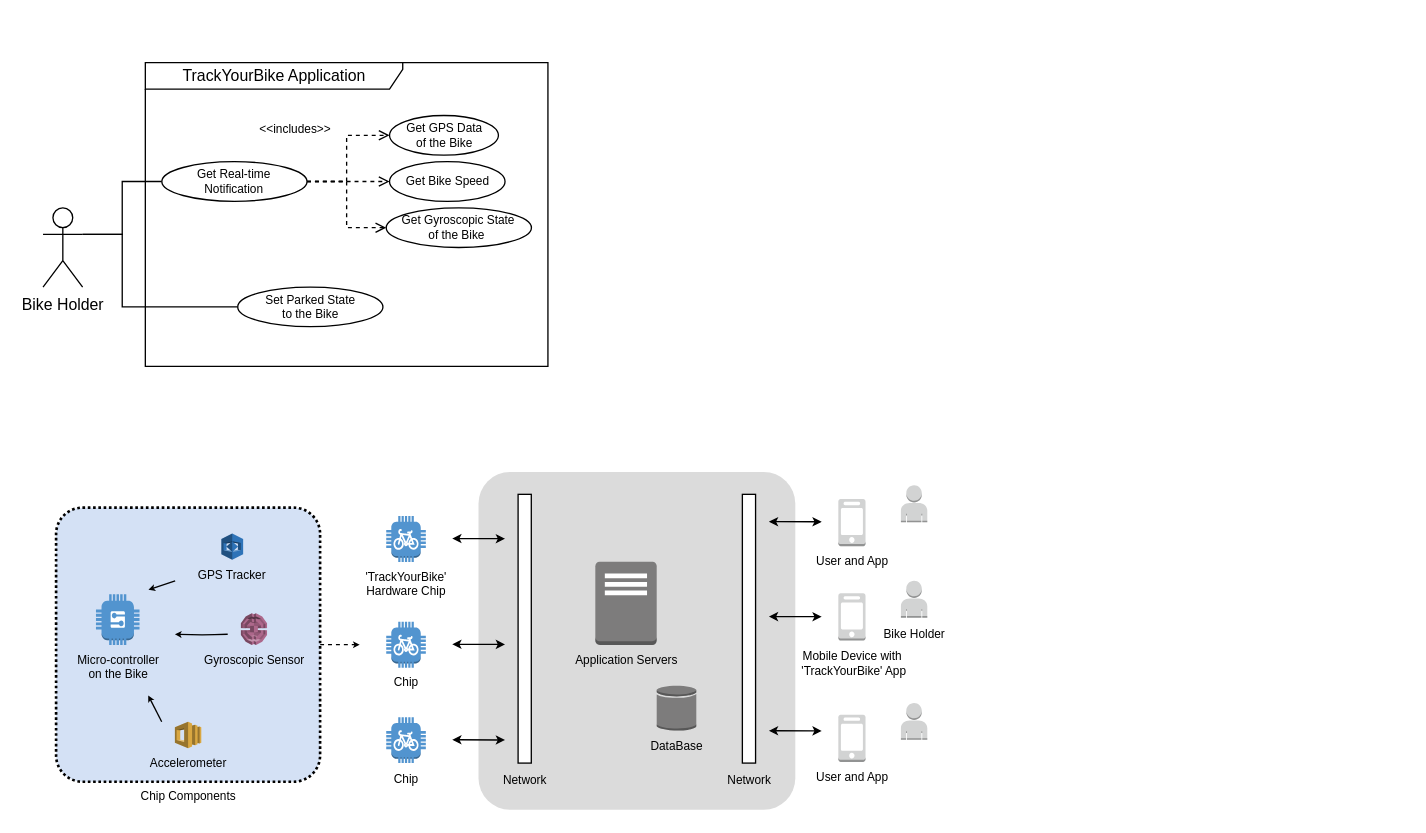
This is page "Page-1" (1 of 2) of doc/diagram/diagram.drawio from youyinnn/coen_6311_assignment1, a draw.io file, before an edit. Source tidied: cells renumbered, new cells numbered last; positions are measured from the earlier drawing's top-left corner, leaving out a move shared by most shapes. Both pictures are drawn from the tidied source at 132%, with x=0, y=0 at pixel (42, 62).
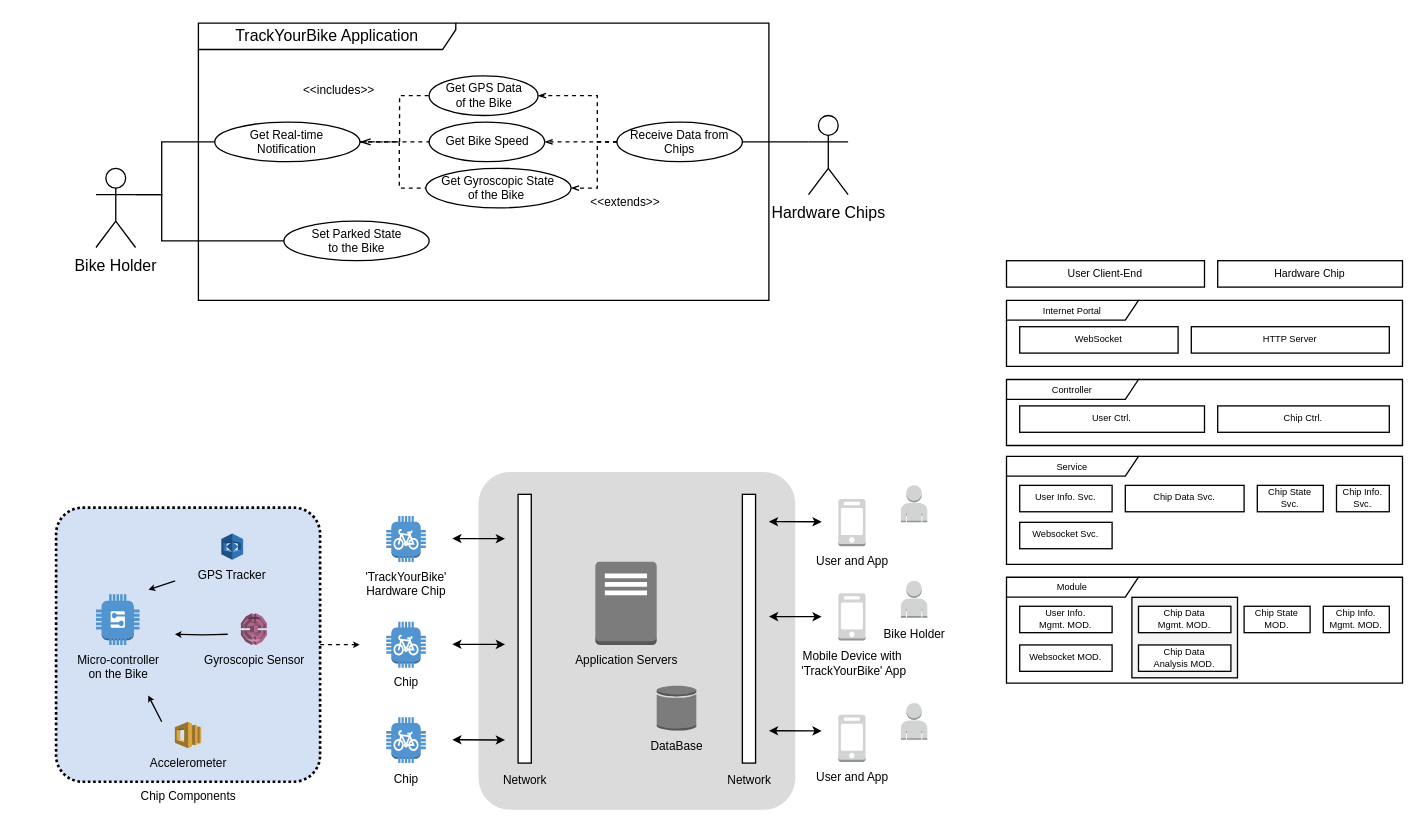
After the change.

Commit message (it also covers changes not shown here):
doc: chip data sample; srs; user stories;

Change to the diagram source:
```diff
@@
+    <mxCell id="47" value="&lt;span style=&quot;font-size: 7px&quot;&gt;Module&lt;/span&gt;" style="shape=umlFrame;whiteSpace=wrap;html=1;fontSize=8;width=100;height=15;" parent="1" vertex="1">
+      <mxGeometry x="730" y="389.8" width="300" height="80.2" as="geometry" />
+    </mxCell>
+    <mxCell id="48" style="whiteSpace=wrap;html=1;fontSize=7;fillColor=#f5f5f5;strokeColor=default;fontColor=#333333;" parent="1" vertex="1">
+      <mxGeometry x="825" y="405" width="80" height="61" as="geometry" />
+    </mxCell>
@@
     <mxCell id="5" value="TrackYourBike Application" style="shape=umlFrame;whiteSpace=wrap;html=1;width=195;height=20;" parent="1" vertex="1">
-      <mxGeometry x="77.6" width="305" height="230" as="geometry" />
+      <mxGeometry x="117.8" y="-30" width="432.2" height="210" as="geometry" />
     </mxCell>
     <mxCell id="6" style="edgeStyle=orthogonalEdgeStyle;rounded=0;jettySize=auto;html=1;exitX=1;exitY=0.3333333333333333;exitDx=0;exitDy=0;exitPerimeter=0;entryX=0;entryY=0.5;entryDx=0;entryDy=0;fontSize=9;endArrow=none;endFill=0;" parent="1" edge="1" source="8" target="15">
-      <mxGeometry relative="1" as="geometry" />
+      <mxGeometry relative="1" as="geometry">
+        <Array as="points">
+          <mxPoint x="90" y="100" />
+          <mxPoint x="90" y="60" />
+        </Array>
+      </mxGeometry>
     </mxCell>
     <mxCell id="7" style="edgeStyle=orthogonalEdgeStyle;rounded=0;jettySize=auto;html=1;exitX=1;exitY=0.3333333333333333;exitDx=0;exitDy=0;exitPerimeter=0;entryX=0;entryY=0.5;entryDx=0;entryDy=0;fontSize=9;endArrow=none;endFill=0;endSize=4;" parent="1" edge="1" source="8" target="27">
       <mxGeometry relative="1" as="geometry">
         <Array as="points">
-          <mxPoint x="60.1" y="130" />
-          <mxPoint x="60.1" y="185" />
+          <mxPoint x="90" y="100" />
+          <mxPoint x="90" y="135" />
         </Array>
       </mxGeometry>
     </mxCell>
     <mxCell id="8" value="Bike Holder" style="shape=umlActor;verticalLabelPosition=bottom;verticalAlign=top;html=1;" parent="1" vertex="1">
-      <mxGeometry x="0.1" y="110" width="30" height="60" as="geometry" />
+      <mxGeometry x="40.2" y="80" width="30" height="60" as="geometry" />
     </mxCell>
     <mxCell id="9" value="Get GPS Data &lt;br&gt;of the Bike" style="ellipse;whiteSpace=wrap;html=1;fontSize=9;" parent="1" vertex="1">
-      <mxGeometry x="262.6" y="40" width="82.5" height="30" as="geometry" />
+      <mxGeometry x="292.6" y="10" width="82.5" height="30" as="geometry" />
     </mxCell>
     <mxCell id="10" value="Get Bike Speed" style="ellipse;whiteSpace=wrap;html=1;fontSize=9;" parent="1" vertex="1">
-      <mxGeometry x="262.6" y="75" width="87.5" height="30" as="geometry" />
+      <mxGeometry x="292.6" y="45" width="87.5" height="30" as="geometry" />
     </mxCell>
-    <mxCell id="11" style="edgeStyle=orthogonalEdgeStyle;rounded=0;jettySize=auto;html=1;exitX=1;exitY=0.5;exitDx=0;exitDy=0;entryX=0;entryY=0.5;entryDx=0;entryDy=0;fontSize=9;endArrow=open;endFill=0;dashed=1;" parent="1" edge="1" source="15" target="9">
+    <mxCell id="11" style="edgeStyle=orthogonalEdgeStyle;rounded=0;jettySize=auto;html=1;exitX=1;exitY=0.5;exitDx=0;exitDy=0;entryX=0;entryY=0.5;entryDx=0;entryDy=0;fontSize=9;endArrow=none;endFill=0;dashed=1;" parent="1" edge="1" source="15" target="9">
       <mxGeometry relative="1" as="geometry">
         <Array as="points">
-          <mxPoint x="230.1" y="90" />
-          <mxPoint x="230.1" y="55" />
+          <mxPoint x="270.2" y="60" />
+          <mxPoint x="270.2" y="25" />
         </Array>
       </mxGeometry>
     </mxCell>
-    <mxCell id="12" style="edgeStyle=orthogonalEdgeStyle;rounded=0;jettySize=auto;html=1;exitX=1;exitY=0.5;exitDx=0;exitDy=0;entryX=0;entryY=0.5;entryDx=0;entryDy=0;fontSize=9;endArrow=open;endFill=0;dashed=1;" parent="1" edge="1" source="15" target="10">
+    <mxCell id="12" style="edgeStyle=orthogonalEdgeStyle;rounded=0;jettySize=auto;html=1;exitX=1;exitY=0.5;exitDx=0;exitDy=0;entryX=0;entryY=0.5;entryDx=0;entryDy=0;fontSize=9;endArrow=none;endFill=0;dashed=1;startArrow=openThin;startFill=0;" parent="1" edge="1" source="15" target="10">
       <mxGeometry relative="1" as="geometry">
         <Array as="points">
-          <mxPoint x="220.1" y="90" />
-          <mxPoint x="220.1" y="90" />
+          <mxPoint x="260.2" y="60" />
+          <mxPoint x="260.2" y="60" />
         </Array>
       </mxGeometry>
     </mxCell>
@@
-    <mxCell id="14" style="edgeStyle=orthogonalEdgeStyle;rounded=0;jettySize=auto;html=1;exitX=1;exitY=0.5;exitDx=0;exitDy=0;entryX=0;entryY=0.5;entryDx=0;entryDy=0;fontSize=9;endArrow=open;endFill=0;dashed=1;" parent="1" edge="1" source="15" target="16">
-      <mxGeometry relative="1" as="geometry" />
+    <mxCell id="14" style="edgeStyle=orthogonalEdgeStyle;rounded=0;jettySize=auto;html=1;exitX=1;exitY=0.5;exitDx=0;exitDy=0;entryX=0;entryY=0.5;entryDx=0;entryDy=0;fontSize=9;endArrow=none;endFill=0;dashed=1;" parent="1" edge="1" source="15" target="16">
+      <mxGeometry relative="1" as="geometry">
+        <Array as="points">
+          <mxPoint x="270" y="60" />
+          <mxPoint x="270" y="95" />
+        </Array>
+      </mxGeometry>
     </mxCell>
     <mxCell id="15" value="Get Real-time&lt;br style=&quot;font-size: 9px;&quot;&gt;Notification" style="ellipse;whiteSpace=wrap;html=1;fontSize=9;" parent="1" vertex="1">
-      <mxGeometry x="90.1" y="75" width="110" height="30" as="geometry" />
+      <mxGeometry x="130.2" y="45" width="110" height="30" as="geometry" />
     </mxCell>
     <mxCell id="16" value="Get Gyroscopic State&lt;br&gt;of the Bike&amp;nbsp;" style="ellipse;whiteSpace=wrap;html=1;fontSize=9;" parent="1" vertex="1">
-      <mxGeometry x="260.1" y="110" width="110" height="30" as="geometry" />
+      <mxGeometry x="290.1" y="80" width="110" height="30" as="geometry" />
     </mxCell>
@@
     <mxCell id="27" value="Set Parked State&lt;br&gt;to the Bike" style="ellipse;whiteSpace=wrap;html=1;fontSize=9;" parent="1" vertex="1">
-      <mxGeometry x="147.6" y="170" width="110" height="30" as="geometry" />
+      <mxGeometry x="182.6" y="120" width="110" height="30" as="geometry" />
     </mxCell>
@@
+    <mxCell id="49" value="Hardware Chips" style="shape=umlActor;verticalLabelPosition=bottom;verticalAlign=top;html=1;" parent="1" vertex="1">
+      <mxGeometry x="580" y="40" width="30" height="60" as="geometry" />
+    </mxCell>
+    <mxCell id="50" style="edgeStyle=none;rounded=0;jettySize=auto;html=1;exitX=1;exitY=0.5;exitDx=0;exitDy=0;entryX=0;entryY=0.3333333333333333;entryDx=0;entryDy=0;entryPerimeter=0;fontSize=9;startArrow=none;startFill=0;endArrow=none;endFill=0;startSize=4;endSize=4;" parent="1" edge="1" source="55" target="49">
+      <mxGeometry relative="1" as="geometry" />
+    </mxCell>
+    <mxCell id="51" style="edgeStyle=orthogonalEdgeStyle;rounded=0;jettySize=auto;html=1;exitX=0;exitY=0.5;exitDx=0;exitDy=0;entryX=1;entryY=0.5;entryDx=0;entryDy=0;dashed=1;fontSize=9;startArrow=none;startFill=0;endArrow=openThin;endFill=0;startSize=4;endSize=4;" parent="1" edge="1" source="55" target="9">
+      <mxGeometry relative="1" as="geometry">
+        <Array as="points">
+          <mxPoint x="420" y="60" />
+          <mxPoint x="420" y="25" />
+        </Array>
+      </mxGeometry>
+    </mxCell>
+    <mxCell id="52" style="edgeStyle=orthogonalEdgeStyle;rounded=0;jettySize=auto;html=1;exitX=0;exitY=0.5;exitDx=0;exitDy=0;entryX=1;entryY=0.5;entryDx=0;entryDy=0;dashed=1;fontSize=9;startArrow=none;startFill=0;endArrow=openThin;endFill=0;startSize=4;endSize=4;" parent="1" edge="1" source="55" target="10">
+      <mxGeometry relative="1" as="geometry" />
+    </mxCell>
+    <mxCell id="53" style="edgeStyle=orthogonalEdgeStyle;rounded=0;jettySize=auto;html=1;exitX=0;exitY=0.5;exitDx=0;exitDy=0;entryX=1;entryY=0.5;entryDx=0;entryDy=0;dashed=1;fontSize=9;startArrow=none;startFill=0;endArrow=openThin;endFill=0;startSize=4;endSize=4;" parent="1" edge="1" source="55" target="16">
+      <mxGeometry relative="1" as="geometry">
+        <Array as="points">
+          <mxPoint x="420" y="60" />
+          <mxPoint x="420" y="95" />
+        </Array>
+      </mxGeometry>
+    </mxCell>
+    <mxCell id="54" value="&amp;lt;&amp;lt;extends&amp;gt;&amp;gt;" style="edgeLabel;html=1;align=center;verticalAlign=middle;fontSize=9;" parent="53" vertex="1">
+      <mxGeometry x="-0.78" y="-1" relative="1" as="geometry">
+        <mxPoint x="14" y="46" as="offset" />
+      </mxGeometry>
+    </mxCell>
+    <mxCell id="55" value="Receive Data from&lt;br&gt;Chips" style="ellipse;whiteSpace=wrap;html=1;fontSize=9;" parent="1" vertex="1">
+      <mxGeometry x="434.9" y="45" width="95" height="30" as="geometry" />
+    </mxCell>
+    <mxCell id="56" value="User Client-End" style="whiteSpace=wrap;html=1;fontSize=8;" parent="1" vertex="1">
+      <mxGeometry x="730" y="150" width="150" height="20" as="geometry" />
+    </mxCell>
+    <mxCell id="57" value="Hardware Chip" style="whiteSpace=wrap;html=1;fontSize=8;" parent="1" vertex="1">
+      <mxGeometry x="890" y="150" width="140" height="20" as="geometry" />
+    </mxCell>
+    <mxCell id="58" value="&lt;font style=&quot;font-size: 7px&quot;&gt;Internet Portal&lt;/font&gt;" style="shape=umlFrame;whiteSpace=wrap;html=1;fontSize=8;width=100;height=15;" parent="1" vertex="1">
+      <mxGeometry x="730" y="180" width="300" height="50" as="geometry" />
+    </mxCell>
+    <mxCell id="59" value="WebSocket" style="whiteSpace=wrap;html=1;fontSize=7;" parent="1" vertex="1">
+      <mxGeometry x="740" y="200" width="120" height="20" as="geometry" />
+    </mxCell>
+    <mxCell id="60" value="HTTP Server" style="whiteSpace=wrap;html=1;fontSize=7;" parent="1" vertex="1">
+      <mxGeometry x="870" y="200" width="150" height="20" as="geometry" />
+    </mxCell>
+    <mxCell id="61" value="&lt;span style=&quot;font-size: 7px&quot;&gt;Controller&lt;/span&gt;" style="shape=umlFrame;whiteSpace=wrap;html=1;fontSize=8;width=100;height=15;" parent="1" vertex="1">
+      <mxGeometry x="730" y="240" width="300" height="50" as="geometry" />
+    </mxCell>
+    <mxCell id="62" value="User Ctrl." style="whiteSpace=wrap;html=1;fontSize=7;" parent="1" vertex="1">
+      <mxGeometry x="740" y="260" width="140" height="20" as="geometry" />
+    </mxCell>
+    <mxCell id="63" value="Chip Ctrl." style="whiteSpace=wrap;html=1;fontSize=7;" parent="1" vertex="1">
+      <mxGeometry x="890" y="260" width="130" height="20" as="geometry" />
+    </mxCell>
+    <mxCell id="64" value="&lt;span style=&quot;font-size: 7px&quot;&gt;Service&lt;/span&gt;" style="shape=umlFrame;whiteSpace=wrap;html=1;fontSize=8;width=100;height=15;" parent="1" vertex="1">
+      <mxGeometry x="730" y="298.2" width="300" height="81.8" as="geometry" />
+    </mxCell>
+    <mxCell id="65" value="User Info. Svc." style="whiteSpace=wrap;html=1;fontSize=7;" parent="1" vertex="1">
+      <mxGeometry x="740" y="320.2" width="70" height="20" as="geometry" />
+    </mxCell>
+    <mxCell id="66" value="Websocket Svc." style="whiteSpace=wrap;html=1;fontSize=7;" parent="1" vertex="1">
+      <mxGeometry x="740" y="348.2" width="70" height="20" as="geometry" />
+    </mxCell>
+    <mxCell id="67" value="Chip State Svc." style="whiteSpace=wrap;html=1;fontSize=7;" parent="1" vertex="1">
+      <mxGeometry x="920" y="320.2" width="50" height="20" as="geometry" />
+    </mxCell>
+    <mxCell id="68" value="Chip Info. Svc." style="whiteSpace=wrap;html=1;fontSize=7;" parent="1" vertex="1">
+      <mxGeometry x="980" y="320.2" width="40" height="20" as="geometry" />
+    </mxCell>
+    <mxCell id="69" value="User Info. &lt;br&gt;Mgmt. MOD." style="whiteSpace=wrap;html=1;fontSize=7;" parent="1" vertex="1">
+      <mxGeometry x="740" y="411.8" width="70" height="20" as="geometry" />
+    </mxCell>
+    <mxCell id="70" value="Chip State MOD." style="whiteSpace=wrap;html=1;fontSize=7;" parent="1" vertex="1">
+      <mxGeometry x="910" y="411.8" width="50" height="20" as="geometry" />
+    </mxCell>
+    <mxCell id="71" value="Chip Info. &lt;br&gt;Mgmt. MOD." style="whiteSpace=wrap;html=1;fontSize=7;" parent="1" vertex="1">
+      <mxGeometry x="970" y="411.8" width="50" height="20" as="geometry" />
+    </mxCell>
+    <mxCell id="72" value="Chip Data Svc." style="whiteSpace=wrap;html=1;fontSize=7;" parent="1" vertex="1">
+      <mxGeometry x="820" y="320.2" width="90" height="20" as="geometry" />
+    </mxCell>
+    <mxCell id="73" value="Websocket MOD." style="whiteSpace=wrap;html=1;fontSize=7;" parent="1" vertex="1">
+      <mxGeometry x="740" y="441.1" width="70" height="20" as="geometry" />
+    </mxCell>
+    <mxCell id="74" value="Chip Data &lt;br&gt;Mgmt. MOD." style="whiteSpace=wrap;html=1;fontSize=7;" parent="1" vertex="1">
+      <mxGeometry x="830" y="411.8" width="70" height="20" as="geometry" />
+    </mxCell>
+    <mxCell id="75" value="Chip Data&lt;br&gt;Analysis MOD." style="whiteSpace=wrap;html=1;fontSize=7;" parent="1" vertex="1">
+      <mxGeometry x="830" y="441.1" width="70" height="20" as="geometry" />
+    </mxCell>
```
